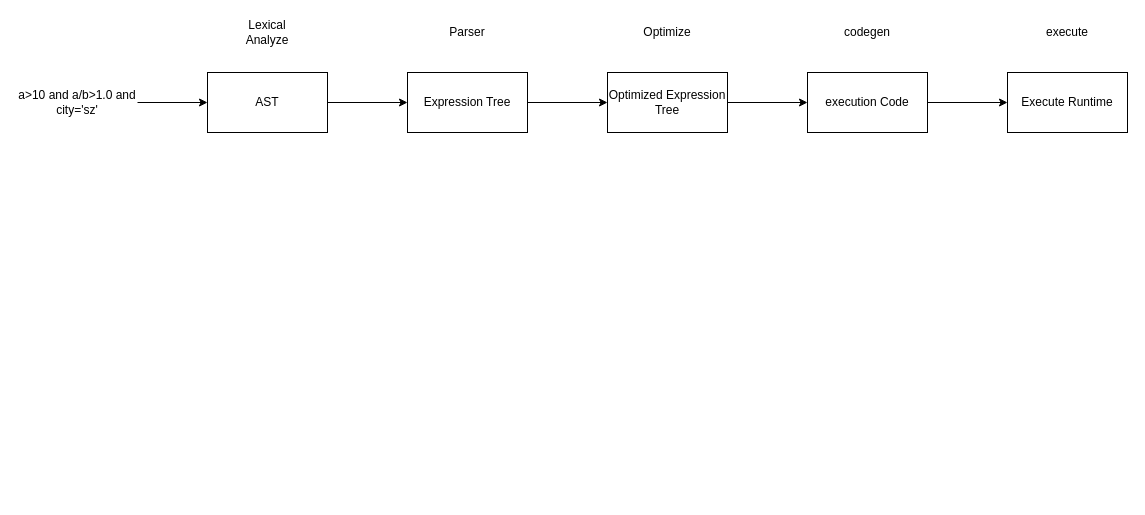
Above: sql_case.drawio in learn2Pro/draw_io_save (draw.io), before the change. Source tidied: cells renumbered, new cells numbered last; positions are measured from the earlier drawing's top-left corner, leaving out a move shared by most shapes. Both pictures are drawn from the tidied source at 100%, with x=0, y=0 at pixel (17, 17).
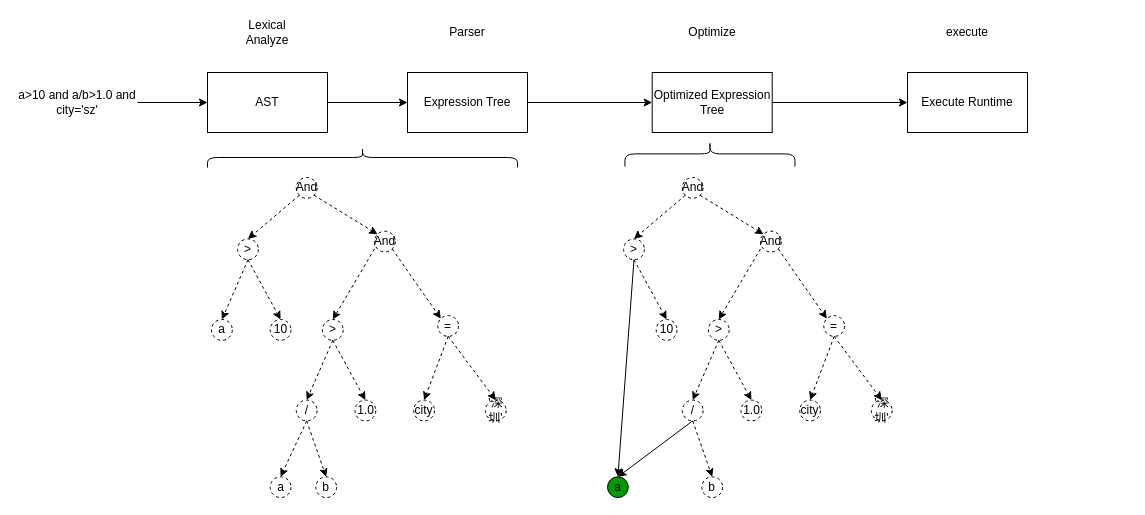
The same page after the edit.

The edit, as a diff of the source:
```diff
@@
-    <mxCell id="10" style="edgeStyle=orthogonalEdgeStyle;rounded=0;jettySize=auto;html=1;" parent="1" edge="1" source="11" target="14">
+    <mxCell id="10" style="edgeStyle=orthogonalEdgeStyle;rounded=0;jettySize=auto;html=1;entryX=0;entryY=0.5;entryDx=0;entryDy=0;" parent="1" edge="1" source="11" target="16">
       <mxGeometry relative="1" as="geometry" />
     </mxCell>
     <mxCell id="11" value="Optimized Expression Tree" style="whiteSpace=wrap;html=1;" parent="1" vertex="1">
-      <mxGeometry x="590" y="55" width="120" height="60" as="geometry" />
+      <mxGeometry x="634.7" y="55" width="120" height="60" as="geometry" />
     </mxCell>
     <mxCell id="12" value="Optimize" style="text;html=1;strokeColor=none;fillColor=none;align=center;verticalAlign=middle;whiteSpace=wrap;rounded=0;" parent="1" vertex="1">
-      <mxGeometry x="620" width="60" height="30" as="geometry" />
+      <mxGeometry x="664.8" width="60" height="30" as="geometry" />
     </mxCell>
-    <mxCell id="13" style="edgeStyle=orthogonalEdgeStyle;rounded=0;jettySize=auto;html=1;" parent="1" edge="1" source="14" target="16">
-      <mxGeometry relative="1" as="geometry" />
-    </mxCell>
-    <mxCell id="14" value="execution Code" style="whiteSpace=wrap;html=1;" parent="1" vertex="1">
-      <mxGeometry x="790" y="55" width="120" height="60" as="geometry" />
-    </mxCell>
-    <mxCell id="15" value="codegen" style="text;html=1;strokeColor=none;fillColor=none;align=center;verticalAlign=middle;whiteSpace=wrap;rounded=0;" parent="1" vertex="1">
-      <mxGeometry x="820" width="60" height="30" as="geometry" />
-    </mxCell>
     <mxCell id="16" value="Execute Runtime" style="whiteSpace=wrap;html=1;" parent="1" vertex="1">
-      <mxGeometry x="990" y="55" width="120" height="60" as="geometry" />
+      <mxGeometry x="890" y="55" width="120" height="60" as="geometry" />
     </mxCell>
     <mxCell id="17" value="execute" style="text;html=1;strokeColor=none;fillColor=none;align=center;verticalAlign=middle;whiteSpace=wrap;rounded=0;" parent="1" vertex="1">
-      <mxGeometry x="1020" width="60" height="30" as="geometry" />
+      <mxGeometry x="920" width="60" height="30" as="geometry" />
     </mxCell>
+    <mxCell id="18" style="shape=curlyBracket;whiteSpace=wrap;html=1;rounded=1;rotation=90;" parent="1" vertex="1">
+      <mxGeometry x="335" y="-15" width="20" height="310" as="geometry" />
+    </mxCell>
+    <mxCell id="19" value="And" style="ellipse;whiteSpace=wrap;html=1;dashed=1;" parent="1" vertex="1">
+      <mxGeometry x="357" y="213.7" width="20.8" height="20.8" as="geometry" />
+    </mxCell>
+    <mxCell id="20" value="&amp;gt;" style="ellipse;whiteSpace=wrap;html=1;dashed=1;" parent="1" vertex="1">
+      <mxGeometry x="304.9" y="302" width="20.8" height="20.8" as="geometry" />
+    </mxCell>
+    <mxCell id="21" value="=" style="ellipse;whiteSpace=wrap;html=1;dashed=1;" parent="1" vertex="1">
+      <mxGeometry x="420.3" y="298.1" width="20.8" height="20.8" as="geometry" />
+    </mxCell>
+    <mxCell id="22" value="/" style="ellipse;whiteSpace=wrap;html=1;dashed=1;" parent="1" vertex="1">
+      <mxGeometry x="278.8" y="382.6" width="20.8" height="20.8" as="geometry" />
+    </mxCell>
+    <mxCell id="23" value="1.0" style="ellipse;whiteSpace=wrap;html=1;dashed=1;" parent="1" vertex="1">
+      <mxGeometry x="337.5" y="382.6" width="20.8" height="20.8" as="geometry" />
+    </mxCell>
+    <mxCell id="24" value="city" style="ellipse;whiteSpace=wrap;html=1;dashed=1;" parent="1" vertex="1">
+      <mxGeometry x="396.2" y="382.6" width="20.8" height="20.8" as="geometry" />
+    </mxCell>
+    <mxCell id="25" value="'深圳'" style="ellipse;whiteSpace=wrap;html=1;dashed=1;" parent="1" vertex="1">
+      <mxGeometry x="467.9" y="382.6" width="20.8" height="20.8" as="geometry" />
+    </mxCell>
+    <mxCell id="26" style="endArrow=classic;html=1;exitX=0.5;exitY=1;exitDx=0;exitDy=0;entryX=0.5;entryY=0;entryDx=0;entryDy=0;dashed=1;" parent="1" edge="1" source="20" target="22">
+      <mxGeometry x="264" y="420" as="geometry" />
+    </mxCell>
+    <mxCell id="27" style="endArrow=classic;html=1;exitX=0.5;exitY=1;exitDx=0;exitDy=0;entryX=0.5;entryY=0;entryDx=0;entryDy=0;dashed=1;" parent="1" edge="1" source="20" target="23">
+      <mxGeometry x="264" y="420" as="geometry" />
+    </mxCell>
+    <mxCell id="28" style="endArrow=classic;html=1;exitX=0.5;exitY=1;exitDx=0;exitDy=0;entryX=0.5;entryY=0;entryDx=0;entryDy=0;dashed=1;" parent="1" edge="1" source="21" target="25">
+      <mxGeometry x="264" y="420" as="geometry" />
+    </mxCell>
+    <mxCell id="29" style="endArrow=classic;html=1;exitX=0.5;exitY=1;exitDx=0;exitDy=0;entryX=0.5;entryY=0;entryDx=0;entryDy=0;dashed=1;" parent="1" edge="1" source="21" target="24">
+      <mxGeometry x="264" y="420" as="geometry" />
+    </mxCell>
+    <mxCell id="30" style="endArrow=classic;html=1;exitX=0;exitY=0.85;exitDx=0;exitDy=0;entryX=0.5;entryY=0;entryDx=0;entryDy=0;exitPerimeter=0;dashed=1;" parent="1" edge="1" source="19" target="20">
+      <mxGeometry x="264" y="420" as="geometry" />
+    </mxCell>
+    <mxCell id="31" style="endArrow=classic;html=1;exitX=1;exitY=1;exitDx=0;exitDy=0;entryX=0;entryY=0;entryDx=0;entryDy=0;dashed=1;" parent="1" edge="1" source="19" target="21">
+      <mxGeometry x="264" y="420" as="geometry" />
+    </mxCell>
+    <mxCell id="32" value="And" style="ellipse;whiteSpace=wrap;html=1;dashed=1;" parent="1" vertex="1">
+      <mxGeometry x="278.8" y="160" width="20.8" height="20.8" as="geometry" />
+    </mxCell>
+    <mxCell id="33" value="&amp;gt;" style="ellipse;whiteSpace=wrap;html=1;dashed=1;" parent="1" vertex="1">
+      <mxGeometry x="220.1" y="221.4" width="20.8" height="20.8" as="geometry" />
+    </mxCell>
+    <mxCell id="34" value="a" style="ellipse;whiteSpace=wrap;html=1;dashed=1;" parent="1" vertex="1">
+      <mxGeometry x="194" y="302" width="20.8" height="20.8" as="geometry" />
+    </mxCell>
+    <mxCell id="35" value="10" style="ellipse;whiteSpace=wrap;html=1;dashed=1;" parent="1" vertex="1">
+      <mxGeometry x="252.7" y="302" width="20.8" height="20.8" as="geometry" />
+    </mxCell>
+    <mxCell id="36" style="endArrow=classic;html=1;exitX=0.5;exitY=1;exitDx=0;exitDy=0;entryX=0.5;entryY=0;entryDx=0;entryDy=0;dashed=1;" parent="1" edge="1" source="33" target="34">
+      <mxGeometry x="264" y="420" as="geometry" />
+    </mxCell>
+    <mxCell id="37" style="endArrow=classic;html=1;exitX=0.5;exitY=1;exitDx=0;exitDy=0;entryX=0.5;entryY=0;entryDx=0;entryDy=0;dashed=1;" parent="1" edge="1" source="33" target="35">
+      <mxGeometry x="264" y="420" as="geometry" />
+    </mxCell>
+    <mxCell id="38" style="endArrow=classic;html=1;exitX=0;exitY=1;exitDx=0;exitDy=0;entryX=0.5;entryY=0;entryDx=0;entryDy=0;dashed=1;" parent="1" edge="1" source="32" target="33">
+      <mxGeometry x="264" y="420" as="geometry" />
+    </mxCell>
+    <mxCell id="39" style="endArrow=classic;html=1;exitX=1;exitY=1;exitDx=0;exitDy=0;entryX=0;entryY=0;entryDx=0;entryDy=0;dashed=1;" parent="1" edge="1" source="32" target="19">
+      <mxGeometry x="264" y="420" as="geometry" />
+    </mxCell>
+    <mxCell id="40" value="a" style="ellipse;whiteSpace=wrap;html=1;dashed=1;" parent="1" vertex="1">
+      <mxGeometry x="252.7" y="459.3" width="20.8" height="20.8" as="geometry" />
+    </mxCell>
+    <mxCell id="41" value="b" style="ellipse;whiteSpace=wrap;html=1;dashed=1;" parent="1" vertex="1">
+      <mxGeometry x="298.3" y="459.3" width="20.8" height="20.8" as="geometry" />
+    </mxCell>
+    <mxCell id="42" style="endArrow=classic;html=1;entryX=0.5;entryY=0;entryDx=0;entryDy=0;dashed=1;exitX=0.5;exitY=1;exitDx=0;exitDy=0;" parent="1" edge="1" source="22" target="40">
+      <mxGeometry x="264" y="420" as="geometry" />
+    </mxCell>
+    <mxCell id="43" style="endArrow=classic;html=1;exitX=0.5;exitY=1;exitDx=0;exitDy=0;dashed=1;entryX=0.5;entryY=0;entryDx=0;entryDy=0;" parent="1" edge="1" source="22" target="41">
+      <mxGeometry x="264" y="420" as="geometry" />
+    </mxCell>
+    <mxCell id="44" value="And" style="ellipse;whiteSpace=wrap;html=1;dashed=1;" parent="1" vertex="1">
+      <mxGeometry x="743" y="213.7" width="20.8" height="20.8" as="geometry" />
+    </mxCell>
+    <mxCell id="45" value="&amp;gt;" style="ellipse;whiteSpace=wrap;html=1;dashed=1;" parent="1" vertex="1">
+      <mxGeometry x="690.9" y="302" width="20.8" height="20.8" as="geometry" />
+    </mxCell>
+    <mxCell id="46" value="=" style="ellipse;whiteSpace=wrap;html=1;dashed=1;" parent="1" vertex="1">
+      <mxGeometry x="806.3" y="298.1" width="20.8" height="20.8" as="geometry" />
+    </mxCell>
+    <mxCell id="47" value="/" style="ellipse;whiteSpace=wrap;html=1;dashed=1;" parent="1" vertex="1">
+      <mxGeometry x="664.8" y="382.6" width="20.8" height="20.8" as="geometry" />
+    </mxCell>
+    <mxCell id="48" value="1.0" style="ellipse;whiteSpace=wrap;html=1;dashed=1;" parent="1" vertex="1">
+      <mxGeometry x="723.5" y="382.6" width="20.8" height="20.8" as="geometry" />
+    </mxCell>
+    <mxCell id="49" value="city" style="ellipse;whiteSpace=wrap;html=1;dashed=1;" parent="1" vertex="1">
+      <mxGeometry x="782.2" y="382.6" width="20.8" height="20.8" as="geometry" />
+    </mxCell>
+    <mxCell id="50" value="'深圳'" style="ellipse;whiteSpace=wrap;html=1;dashed=1;" parent="1" vertex="1">
+      <mxGeometry x="853.9" y="382.6" width="20.8" height="20.8" as="geometry" />
+    </mxCell>
+    <mxCell id="51" style="endArrow=classic;html=1;exitX=0.5;exitY=1;exitDx=0;exitDy=0;entryX=0.5;entryY=0;entryDx=0;entryDy=0;dashed=1;" parent="1" edge="1" source="45" target="47">
+      <mxGeometry x="650" y="420" as="geometry" />
+    </mxCell>
+    <mxCell id="52" style="endArrow=classic;html=1;exitX=0.5;exitY=1;exitDx=0;exitDy=0;entryX=0.5;entryY=0;entryDx=0;entryDy=0;dashed=1;" parent="1" edge="1" source="45" target="48">
+      <mxGeometry x="650" y="420" as="geometry" />
+    </mxCell>
+    <mxCell id="53" style="endArrow=classic;html=1;exitX=0.5;exitY=1;exitDx=0;exitDy=0;entryX=0.5;entryY=0;entryDx=0;entryDy=0;dashed=1;" parent="1" edge="1" source="46" target="50">
+      <mxGeometry x="650" y="420" as="geometry" />
+    </mxCell>
+    <mxCell id="54" style="endArrow=classic;html=1;exitX=0.5;exitY=1;exitDx=0;exitDy=0;entryX=0.5;entryY=0;entryDx=0;entryDy=0;dashed=1;" parent="1" edge="1" source="46" target="49">
+      <mxGeometry x="650" y="420" as="geometry" />
+    </mxCell>
+    <mxCell id="55" style="endArrow=classic;html=1;exitX=0;exitY=0.85;exitDx=0;exitDy=0;entryX=0.5;entryY=0;entryDx=0;entryDy=0;exitPerimeter=0;dashed=1;" parent="1" edge="1" source="44" target="45">
+      <mxGeometry x="650" y="420" as="geometry" />
+    </mxCell>
+    <mxCell id="56" style="endArrow=classic;html=1;exitX=1;exitY=1;exitDx=0;exitDy=0;entryX=0;entryY=0;entryDx=0;entryDy=0;dashed=1;" parent="1" edge="1" source="44" target="46">
+      <mxGeometry x="650" y="420" as="geometry" />
+    </mxCell>
+    <mxCell id="57" value="And" style="ellipse;whiteSpace=wrap;html=1;dashed=1;" parent="1" vertex="1">
+      <mxGeometry x="664.8" y="160" width="20.8" height="20.8" as="geometry" />
+    </mxCell>
+    <mxCell id="58" value="&amp;gt;" style="ellipse;whiteSpace=wrap;html=1;dashed=1;" parent="1" vertex="1">
+      <mxGeometry x="606.1" y="221.4" width="20.8" height="20.8" as="geometry" />
+    </mxCell>
+    <mxCell id="59" value="10" style="ellipse;whiteSpace=wrap;html=1;dashed=1;" parent="1" vertex="1">
+      <mxGeometry x="638.7" y="302" width="20.8" height="20.8" as="geometry" />
+    </mxCell>
+    <mxCell id="60" style="endArrow=classic;html=1;exitX=0.5;exitY=1;exitDx=0;exitDy=0;entryX=0.5;entryY=0;entryDx=0;entryDy=0;" parent="1" edge="1" source="58" target="64">
+      <mxGeometry x="650" y="420" as="geometry" />
+    </mxCell>
+    <mxCell id="61" style="endArrow=classic;html=1;exitX=0.5;exitY=1;exitDx=0;exitDy=0;entryX=0.5;entryY=0;entryDx=0;entryDy=0;dashed=1;" parent="1" edge="1" source="58" target="59">
+      <mxGeometry x="650" y="420" as="geometry" />
+    </mxCell>
+    <mxCell id="62" style="endArrow=classic;html=1;exitX=0;exitY=1;exitDx=0;exitDy=0;entryX=0.5;entryY=0;entryDx=0;entryDy=0;dashed=1;" parent="1" edge="1" source="57" target="58">
+      <mxGeometry x="650" y="420" as="geometry" />
+    </mxCell>
+    <mxCell id="63" style="endArrow=classic;html=1;exitX=1;exitY=1;exitDx=0;exitDy=0;entryX=0;entryY=0;entryDx=0;entryDy=0;dashed=1;" parent="1" edge="1" source="57" target="44">
+      <mxGeometry x="650" y="420" as="geometry" />
+    </mxCell>
+    <mxCell id="64" value="a" style="ellipse;whiteSpace=wrap;html=1;fillColor=#009900;" parent="1" vertex="1">
+      <mxGeometry x="590" y="459.3" width="20.8" height="20.8" as="geometry" />
+    </mxCell>
+    <mxCell id="65" value="b" style="ellipse;whiteSpace=wrap;html=1;dashed=1;" parent="1" vertex="1">
+      <mxGeometry x="684.3" y="459.3" width="20.8" height="20.8" as="geometry" />
+    </mxCell>
+    <mxCell id="66" style="endArrow=classic;html=1;entryX=0.5;entryY=0;entryDx=0;entryDy=0;exitX=0.5;exitY=1;exitDx=0;exitDy=0;" parent="1" edge="1" source="47" target="64">
+      <mxGeometry x="650" y="420" as="geometry" />
+    </mxCell>
+    <mxCell id="67" style="endArrow=classic;html=1;exitX=0.5;exitY=1;exitDx=0;exitDy=0;dashed=1;entryX=0.5;entryY=0;entryDx=0;entryDy=0;" parent="1" edge="1" source="47" target="65">
+      <mxGeometry x="650" y="420" as="geometry" />
+    </mxCell>
+    <mxCell id="68" style="shape=curlyBracket;whiteSpace=wrap;html=1;rounded=1;rotation=90;" parent="1" vertex="1">
+      <mxGeometry x="679.8" y="51.4" width="25.3" height="170" as="geometry" />
+    </mxCell>
```
